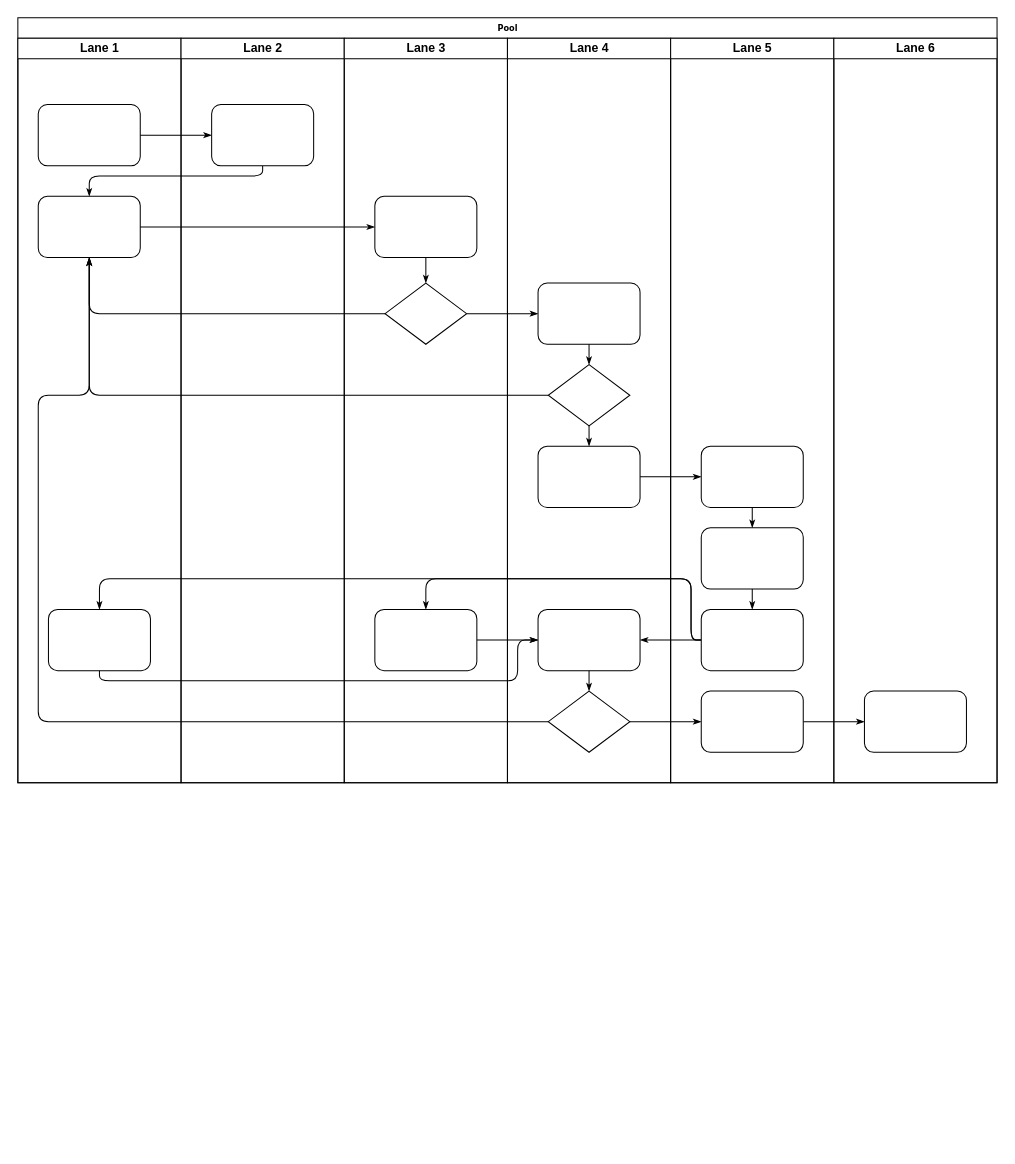
Before: devlopingRoles.drawio in atom123/Draw, a draw.io diagram. Source tidied: cells renumbered, new cells numbered last; positions are measured from the earlier drawing's top-left corner, leaving out a move shared by most shapes. Both pictures are drawn from the tidied source at 102%, with x=0, y=0 at pixel (17, 17).
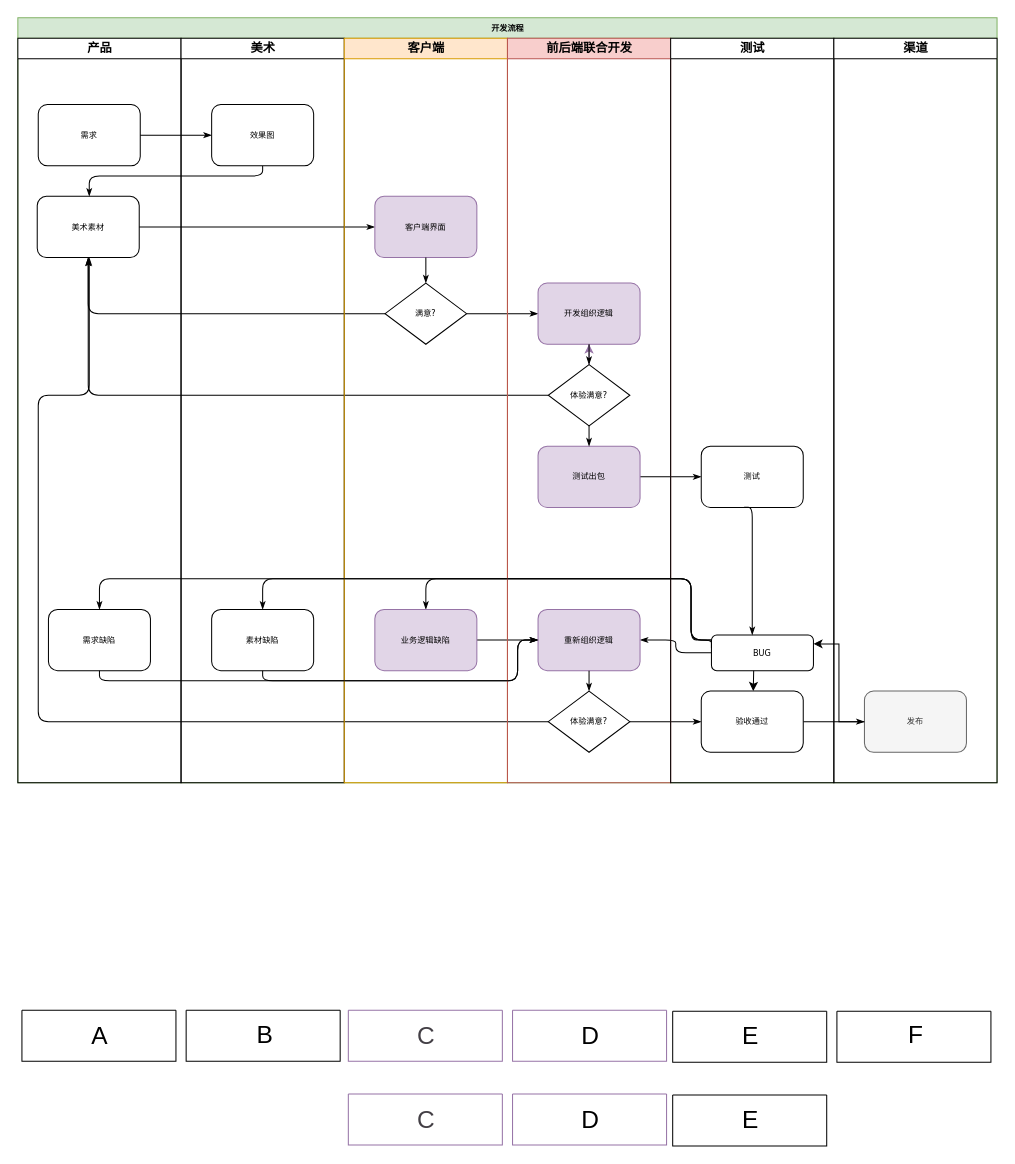
Above is the later version.

The edit, as a diff of the source:
```diff
@@
-    <mxCell id="2" value="Pool" style="swimlane;html=1;startSize=20;rounded=0;shadow=0;labelBackgroundColor=none;strokeWidth=1;fontFamily=Verdana;fontSize=8;align=center;" parent="1" vertex="1">
+    <mxCell id="2" value="开发流程" style="swimlane;html=1;startSize=20;rounded=0;shadow=0;labelBackgroundColor=none;strokeWidth=1;fontFamily=Verdana;fontSize=8;align=center;fillColor=#d5e8d4;strokeColor=#82b366;" parent="1" vertex="1">
       <mxGeometry width="960" height="750" as="geometry" />
     </mxCell>
-    <mxCell id="3" value="Lane 1" style="swimlane;html=1;startSize=20;" parent="2" vertex="1">
+    <mxCell id="3" value="产品" style="swimlane;html=1;startSize=20;" parent="2" vertex="1">
       <mxGeometry y="20" width="160" height="730" as="geometry" />
     </mxCell>
-    <mxCell id="4" style="rounded=1;whiteSpace=wrap;html=1;shadow=0;labelBackgroundColor=none;strokeWidth=1;fontFamily=Verdana;fontSize=8;align=center;" parent="3" vertex="1">
+    <mxCell id="4" value="需求" style="rounded=1;whiteSpace=wrap;html=1;shadow=0;labelBackgroundColor=none;strokeWidth=1;fontFamily=Verdana;fontSize=8;align=center;" parent="3" vertex="1">
       <mxGeometry x="20" y="65" width="100" height="60" as="geometry" />
     </mxCell>
-    <mxCell id="5" style="rounded=1;whiteSpace=wrap;html=1;shadow=0;labelBackgroundColor=none;strokeWidth=1;fontFamily=Verdana;fontSize=8;align=center;" parent="3" vertex="1">
-      <mxGeometry x="20" y="155" width="100" height="60" as="geometry" />
+    <mxCell id="5" value="美术素材" style="rounded=1;whiteSpace=wrap;html=1;shadow=0;labelBackgroundColor=none;strokeWidth=1;fontFamily=Verdana;fontSize=8;align=center;" parent="3" vertex="1">
+      <mxGeometry x="19" y="155" width="100" height="60" as="geometry" />
     </mxCell>
-    <mxCell id="6" style="rounded=1;whiteSpace=wrap;html=1;shadow=0;labelBackgroundColor=none;strokeWidth=1;fontFamily=Verdana;fontSize=8;align=center;" parent="3" vertex="1">
+    <mxCell id="6" value="需求缺陷" style="rounded=1;whiteSpace=wrap;html=1;shadow=0;labelBackgroundColor=none;strokeWidth=1;fontFamily=Verdana;fontSize=8;align=center;" parent="3" vertex="1">
       <mxGeometry x="30" y="560" width="100" height="60" as="geometry" />
     </mxCell>
@@
-    <mxCell id="22" value="Lane 2" style="swimlane;html=1;startSize=20;" parent="2" vertex="1">
+    <mxCell id="22" value="美术" style="swimlane;html=1;startSize=20;" parent="2" vertex="1">
       <mxGeometry x="160" y="20" width="160" height="730" as="geometry" />
     </mxCell>
-    <mxCell id="23" style="rounded=1;whiteSpace=wrap;html=1;shadow=0;labelBackgroundColor=none;strokeWidth=1;fontFamily=Verdana;fontSize=8;align=center;" parent="22" vertex="1">
+    <mxCell id="23" value="效果图" style="rounded=1;whiteSpace=wrap;html=1;shadow=0;labelBackgroundColor=none;strokeWidth=1;fontFamily=Verdana;fontSize=8;align=center;" parent="22" vertex="1">
       <mxGeometry x="30" y="65" width="100" height="60" as="geometry" />
     </mxCell>
+    <mxCell id="47" value="素材缺陷" style="rounded=1;whiteSpace=wrap;html=1;shadow=0;labelBackgroundColor=none;strokeWidth=1;fontFamily=Verdana;fontSize=8;align=center;" parent="22" vertex="1">
+      <mxGeometry x="30" y="560" width="100" height="60" as="geometry" />
+    </mxCell>
-    <mxCell id="24" value="Lane 3" style="swimlane;html=1;startSize=20;" parent="2" vertex="1">
+    <mxCell id="24" value="客户端" style="swimlane;html=1;startSize=20;fillColor=#ffe6cc;strokeColor=#d79b00;" parent="2" vertex="1">
       <mxGeometry x="320" y="20" width="160" height="730" as="geometry" />
     </mxCell>
-    <mxCell id="25" style="rounded=1;whiteSpace=wrap;html=1;shadow=0;labelBackgroundColor=none;strokeWidth=1;fontFamily=Verdana;fontSize=8;align=center;" parent="24" vertex="1">
+    <mxCell id="25" value="客户端界面" style="rounded=1;whiteSpace=wrap;html=1;shadow=0;labelBackgroundColor=none;strokeWidth=1;fontFamily=Verdana;fontSize=8;align=center;fillColor=#e1d5e7;strokeColor=#9673a6;" parent="24" vertex="1">
       <mxGeometry x="30" y="155" width="100" height="60" as="geometry" />
     </mxCell>
-    <mxCell id="26" style="rhombus;whiteSpace=wrap;html=1;rounded=0;shadow=0;labelBackgroundColor=none;strokeWidth=1;fontFamily=Verdana;fontSize=8;align=center;" parent="24" vertex="1">
+    <mxCell id="26" value="满意?" style="rhombus;whiteSpace=wrap;html=1;rounded=0;shadow=0;labelBackgroundColor=none;strokeWidth=1;fontFamily=Verdana;fontSize=8;align=center;" parent="24" vertex="1">
       <mxGeometry x="40" y="240" width="80" height="60" as="geometry" />
     </mxCell>
-    <mxCell id="27" style="rounded=1;whiteSpace=wrap;html=1;shadow=0;labelBackgroundColor=none;strokeWidth=1;fontFamily=Verdana;fontSize=8;align=center;" parent="24" vertex="1">
+    <mxCell id="27" value="业务逻辑缺陷" style="rounded=1;whiteSpace=wrap;html=1;shadow=0;labelBackgroundColor=none;strokeWidth=1;fontFamily=Verdana;fontSize=8;align=center;fillColor=#e1d5e7;strokeColor=#9673a6;" parent="24" vertex="1">
       <mxGeometry x="30" y="560" width="100" height="60" as="geometry" />
     </mxCell>
@@
-    <mxCell id="29" value="Lane 4" style="swimlane;html=1;startSize=20;" parent="2" vertex="1">
+    <mxCell id="29" value="前后端联合开发" style="swimlane;html=1;startSize=20;fillColor=#f8cecc;strokeColor=#b85450;" parent="2" vertex="1">
       <mxGeometry x="480" y="20" width="160" height="730" as="geometry" />
     </mxCell>
-    <mxCell id="30" style="rounded=1;whiteSpace=wrap;html=1;shadow=0;labelBackgroundColor=none;strokeWidth=1;fontFamily=Verdana;fontSize=8;align=center;" parent="29" vertex="1">
+    <mxCell id="30" value="开发组织逻辑" style="rounded=1;whiteSpace=wrap;html=1;shadow=0;labelBackgroundColor=none;strokeWidth=1;fontFamily=Verdana;fontSize=8;align=center;fillColor=#e1d5e7;strokeColor=#9673a6;" parent="29" vertex="1">
       <mxGeometry x="30" y="240" width="100" height="60" as="geometry" />
     </mxCell>
+    <mxCell id="48" style="edgeStyle=orthogonalEdgeStyle;rounded=0;jettySize=auto;html=1;fillColor=#e1d5e7;strokeColor=#9673a6;" parent="29" edge="1" source="31" target="30">
+      <mxGeometry relative="1" as="geometry" />
+    </mxCell>
-    <mxCell id="31" style="rhombus;whiteSpace=wrap;html=1;rounded=0;shadow=0;labelBackgroundColor=none;strokeWidth=1;fontFamily=Verdana;fontSize=8;align=center;" parent="29" vertex="1">
+    <mxCell id="31" value="体验满意?" style="rhombus;whiteSpace=wrap;html=1;rounded=0;shadow=0;labelBackgroundColor=none;strokeWidth=1;fontFamily=Verdana;fontSize=8;align=center;" parent="29" vertex="1">
       <mxGeometry x="40" y="320" width="80" height="60" as="geometry" />
     </mxCell>
-    <mxCell id="32" style="rounded=1;whiteSpace=wrap;html=1;shadow=0;labelBackgroundColor=none;strokeWidth=1;fontFamily=Verdana;fontSize=8;align=center;" parent="29" vertex="1">
+    <mxCell id="32" value="测试出包" style="rounded=1;whiteSpace=wrap;html=1;shadow=0;labelBackgroundColor=none;strokeWidth=1;fontFamily=Verdana;fontSize=8;align=center;fillColor=#e1d5e7;strokeColor=#9673a6;" parent="29" vertex="1">
       <mxGeometry x="30" y="400" width="100" height="60" as="geometry" />
     </mxCell>
-    <mxCell id="33" style="rounded=1;whiteSpace=wrap;html=1;shadow=0;labelBackgroundColor=none;strokeWidth=1;fontFamily=Verdana;fontSize=8;align=center;" parent="29" vertex="1">
+    <mxCell id="33" value="重新组织逻辑" style="rounded=1;whiteSpace=wrap;html=1;shadow=0;labelBackgroundColor=none;strokeWidth=1;fontFamily=Verdana;fontSize=8;align=center;fillColor=#e1d5e7;strokeColor=#9673a6;" parent="29" vertex="1">
       <mxGeometry x="30" y="560" width="100" height="60" as="geometry" />
     </mxCell>
-    <mxCell id="34" style="rhombus;whiteSpace=wrap;html=1;rounded=0;shadow=0;labelBackgroundColor=none;strokeWidth=1;fontFamily=Verdana;fontSize=8;align=center;" parent="29" vertex="1">
+    <mxCell id="34" value="体验满意?" style="rhombus;whiteSpace=wrap;html=1;rounded=0;shadow=0;labelBackgroundColor=none;strokeWidth=1;fontFamily=Verdana;fontSize=8;align=center;" parent="29" vertex="1">
       <mxGeometry x="40" y="640" width="80" height="60" as="geometry" />
     </mxCell>
@@
-    <mxCell id="38" value="Lane 5" style="swimlane;html=1;startSize=20;" parent="2" vertex="1">
+    <mxCell id="38" value="测试" style="swimlane;html=1;startSize=20;" parent="2" vertex="1">
       <mxGeometry x="640" y="20" width="160" height="730" as="geometry" />
     </mxCell>
-    <mxCell id="39" style="rounded=1;whiteSpace=wrap;html=1;shadow=0;labelBackgroundColor=none;strokeWidth=1;fontFamily=Verdana;fontSize=8;align=center;" parent="38" vertex="1">
+    <mxCell id="39" value="测试" style="rounded=1;whiteSpace=wrap;html=1;shadow=0;labelBackgroundColor=none;strokeWidth=1;fontFamily=Verdana;fontSize=8;align=center;" parent="38" vertex="1">
       <mxGeometry x="30" y="400" width="100" height="60" as="geometry" />
     </mxCell>
-    <mxCell id="40" style="rounded=1;whiteSpace=wrap;html=1;shadow=0;labelBackgroundColor=none;strokeWidth=1;fontFamily=Verdana;fontSize=8;align=center;" parent="38" vertex="1">
-      <mxGeometry x="30" y="480" width="100" height="60" as="geometry" />
-    </mxCell>
+    <mxCell id="49" style="edgeStyle=orthogonalEdgeStyle;rounded=0;orthogonalLoop=1;jettySize=auto;html=1;" parent="38" edge="1">
+      <mxGeometry relative="1" as="geometry">
+        <mxPoint x="91" y="590" as="sourcePoint" />
+        <mxPoint x="81" y="640" as="targetPoint" />
+      </mxGeometry>
+    </mxCell>
-    <mxCell id="41" style="rounded=1;whiteSpace=wrap;html=1;shadow=0;labelBackgroundColor=none;strokeWidth=1;fontFamily=Verdana;fontSize=8;align=center;" parent="38" vertex="1">
-      <mxGeometry x="30" y="560" width="100" height="60" as="geometry" />
+    <mxCell id="41" value="BUG" style="rounded=1;whiteSpace=wrap;html=1;shadow=0;labelBackgroundColor=none;strokeWidth=1;fontFamily=Verdana;fontSize=8;align=center;" parent="38" vertex="1">
+      <mxGeometry x="40" y="585" width="100" height="35" as="geometry" />
     </mxCell>
-    <mxCell id="42" style="rounded=1;whiteSpace=wrap;html=1;shadow=0;labelBackgroundColor=none;strokeWidth=1;fontFamily=Verdana;fontSize=8;align=center;" parent="38" vertex="1">
+    <mxCell id="42" value="验收通过" style="rounded=1;whiteSpace=wrap;html=1;shadow=0;labelBackgroundColor=none;strokeWidth=1;fontFamily=Verdana;fontSize=8;align=center;" parent="38" vertex="1">
       <mxGeometry x="30" y="640" width="100" height="60" as="geometry" />
     </mxCell>
-    <mxCell id="43" style="edgeStyle=orthogonalEdgeStyle;rounded=1;html=1;labelBackgroundColor=none;startArrow=none;startFill=0;startSize=5;endArrow=classicThin;endFill=1;endSize=5;jettySize=auto;strokeWidth=1;fontFamily=Verdana;fontSize=8;" parent="38" edge="1" source="39" target="40">
-      <mxGeometry relative="1" as="geometry" />
-    </mxCell>
-    <mxCell id="44" style="edgeStyle=orthogonalEdgeStyle;rounded=1;html=1;labelBackgroundColor=none;startArrow=none;startFill=0;startSize=5;endArrow=classicThin;endFill=1;endSize=5;jettySize=auto;strokeWidth=1;fontFamily=Verdana;fontSize=8;" parent="38" edge="1" source="40" target="41">
-      <mxGeometry relative="1" as="geometry" />
+    <mxCell id="44" style="edgeStyle=orthogonalEdgeStyle;rounded=1;html=1;labelBackgroundColor=none;startArrow=none;startFill=0;startSize=5;endArrow=classicThin;endFill=1;endSize=5;jettySize=auto;strokeWidth=1;fontFamily=Verdana;fontSize=8;exitX=0.42;exitY=0.996;exitDx=0;exitDy=0;exitPerimeter=0;" parent="38" edge="1" source="39" target="41">
+      <mxGeometry relative="1" as="geometry">
+        <Array as="points">
+          <mxPoint x="80" y="460" />
+        </Array>
+      </mxGeometry>
     </mxCell>
-    <mxCell id="45" value="Lane 6" style="swimlane;html=1;startSize=20;" parent="2" vertex="1">
+    <mxCell id="45" value="渠道" style="swimlane;html=1;startSize=20;" parent="2" vertex="1">
       <mxGeometry x="800" y="20" width="160" height="730" as="geometry" />
     </mxCell>
-    <mxCell id="46" style="rounded=1;whiteSpace=wrap;html=1;shadow=0;labelBackgroundColor=none;strokeWidth=1;fontFamily=Verdana;fontSize=8;align=center;" parent="45" vertex="1">
+    <mxCell id="46" value="发布" style="rounded=1;whiteSpace=wrap;html=1;shadow=0;labelBackgroundColor=none;strokeWidth=1;fontFamily=Verdana;fontSize=8;align=center;fillColor=#f5f5f5;fontColor=#333333;strokeColor=#666666;" parent="45" vertex="1">
       <mxGeometry x="30" y="640" width="100" height="60" as="geometry" />
     </mxCell>
+    <mxCell id="50" style="edgeStyle=orthogonalEdgeStyle;rounded=0;jettySize=auto;html=1;entryX=1;entryY=0.25;entryDx=0;entryDy=0;" parent="2" edge="1" source="46" target="41">
+      <mxGeometry relative="1" as="geometry" />
+    </mxCell>
+    <mxCell id="51" style="edgeStyle=orthogonalEdgeStyle;rounded=1;html=1;labelBackgroundColor=none;startArrow=none;startFill=0;startSize=5;endArrow=classicThin;endFill=1;endSize=5;jettySize=auto;strokeWidth=1;fontFamily=Verdana;fontSize=8;entryX=0.5;entryY=0;entryDx=0;entryDy=0;" parent="1" edge="1" target="47">
+      <mxGeometry relative="1" as="geometry">
+        <mxPoint x="680" y="610" as="sourcePoint" />
+        <Array as="points">
+          <mxPoint x="680" y="620" />
+          <mxPoint x="680" y="610" />
+          <mxPoint x="660" y="610" />
+          <mxPoint x="660" y="550" />
+          <mxPoint x="240" y="550" />
+        </Array>
+      </mxGeometry>
+    </mxCell>
+    <mxCell id="52" style="edgeStyle=orthogonalEdgeStyle;rounded=1;html=1;labelBackgroundColor=none;startArrow=none;startFill=0;startSize=5;endArrow=classicThin;endFill=1;endSize=5;jettySize=auto;strokeWidth=1;fontFamily=Verdana;fontSize=8;exitX=0.5;exitY=1;exitDx=0;exitDy=0;" parent="1" edge="1" source="47">
+      <mxGeometry relative="1" as="geometry">
+        <mxPoint x="510" y="610" as="targetPoint" />
+        <Array as="points">
+          <mxPoint x="240" y="650" />
+          <mxPoint x="490" y="650" />
+          <mxPoint x="490" y="610" />
+        </Array>
+      </mxGeometry>
+    </mxCell>
+    <mxCell id="53" style="swimlane;startSize=0;" parent="1" vertex="1">
+      <mxGeometry x="165" y="973" width="151" height="50" as="geometry" />
+    </mxCell>
+    <mxCell id="54" value="B" style="text;html=1;align=center;verticalAlign=middle;strokeColor=none;fillColor=none;fontSize=24;" parent="53" vertex="1">
+      <mxGeometry x="61.5" y="10" width="30" height="30" as="geometry" />
+    </mxCell>
+    <mxCell id="55" style="swimlane;startSize=0;" parent="1" vertex="1">
+      <mxGeometry x="4" y="973" width="151" height="50" as="geometry" />
+    </mxCell>
+    <mxCell id="56" value="&lt;font style=&quot;font-size: 24px&quot;&gt;A&lt;/font&gt;" style="text;html=1;align=center;verticalAlign=middle;strokeColor=none;fillColor=none;" parent="55" vertex="1">
+      <mxGeometry x="60.5" y="16" width="30" height="20" as="geometry" />
+    </mxCell>
+    <mxCell id="57" style="swimlane;startSize=0;fillColor=#E1D5E7;strokeColor=#9673a6;gradientColor=none;" parent="1" vertex="1">
+      <mxGeometry x="485" y="973" width="151" height="50" as="geometry" />
+    </mxCell>
+    <mxCell id="58" value="D" style="text;html=1;align=center;verticalAlign=middle;strokeColor=none;fillColor=none;fontSize=24;" parent="57" vertex="1">
+      <mxGeometry x="60.5" y="11" width="30" height="30" as="geometry" />
+    </mxCell>
+    <mxCell id="59" style="swimlane;startSize=0;fillColor=#E1D5E7;strokeColor=#9673a6;gradientColor=none;" parent="1" vertex="1">
+      <mxGeometry x="324" y="973" width="151" height="50" as="geometry" />
+    </mxCell>
+    <mxCell id="60" value="C" style="text;html=1;align=center;verticalAlign=middle;strokeColor=none;fillColor=none;fontSize=24;fontColor=#433F45;" parent="59" vertex="1">
+      <mxGeometry x="60.5" y="11" width="30" height="30" as="geometry" />
+    </mxCell>
+    <mxCell id="61" style="swimlane;startSize=0;" parent="1" vertex="1">
+      <mxGeometry x="803" y="974" width="151" height="50" as="geometry" />
+    </mxCell>
+    <mxCell id="62" value="F" style="text;html=1;align=center;verticalAlign=middle;strokeColor=none;fillColor=none;fontSize=24;" parent="61" vertex="1">
+      <mxGeometry x="62" y="9" width="30" height="30" as="geometry" />
+    </mxCell>
+    <mxCell id="63" style="swimlane;startSize=0;" parent="1" vertex="1">
+      <mxGeometry x="642" y="974" width="151" height="50" as="geometry" />
+    </mxCell>
+    <mxCell id="64" value="E" style="text;html=1;align=center;verticalAlign=middle;strokeColor=none;fillColor=none;fontSize=24;" parent="63" vertex="1">
+      <mxGeometry x="60.5" y="10" width="30" height="30" as="geometry" />
+    </mxCell>
+    <mxCell id="65" style="swimlane;startSize=0;fillColor=#E1D5E7;strokeColor=#9673a6;gradientColor=none;" parent="1" vertex="1">
+      <mxGeometry x="485" y="1055" width="151" height="50" as="geometry" />
+    </mxCell>
+    <mxCell id="66" value="D" style="text;html=1;align=center;verticalAlign=middle;strokeColor=none;fillColor=none;fontSize=24;" parent="65" vertex="1">
+      <mxGeometry x="60.5" y="11" width="30" height="30" as="geometry" />
+    </mxCell>
+    <mxCell id="67" style="swimlane;startSize=0;fillColor=#E1D5E7;strokeColor=#9673a6;gradientColor=none;" parent="1" vertex="1">
+      <mxGeometry x="324" y="1055" width="151" height="50" as="geometry" />
+    </mxCell>
+    <mxCell id="68" value="C" style="text;html=1;align=center;verticalAlign=middle;strokeColor=none;fillColor=none;fontSize=24;fontColor=#433F45;" parent="67" vertex="1">
+      <mxGeometry x="60.5" y="11" width="30" height="30" as="geometry" />
+    </mxCell>
+    <mxCell id="69" style="swimlane;startSize=0;" parent="1" vertex="1">
+      <mxGeometry x="642" y="1056" width="151" height="50" as="geometry" />
+    </mxCell>
+    <mxCell id="70" value="E" style="text;html=1;align=center;verticalAlign=middle;strokeColor=none;fillColor=none;fontSize=24;" parent="69" vertex="1">
+      <mxGeometry x="60.5" y="10" width="30" height="30" as="geometry" />
+    </mxCell>
```
